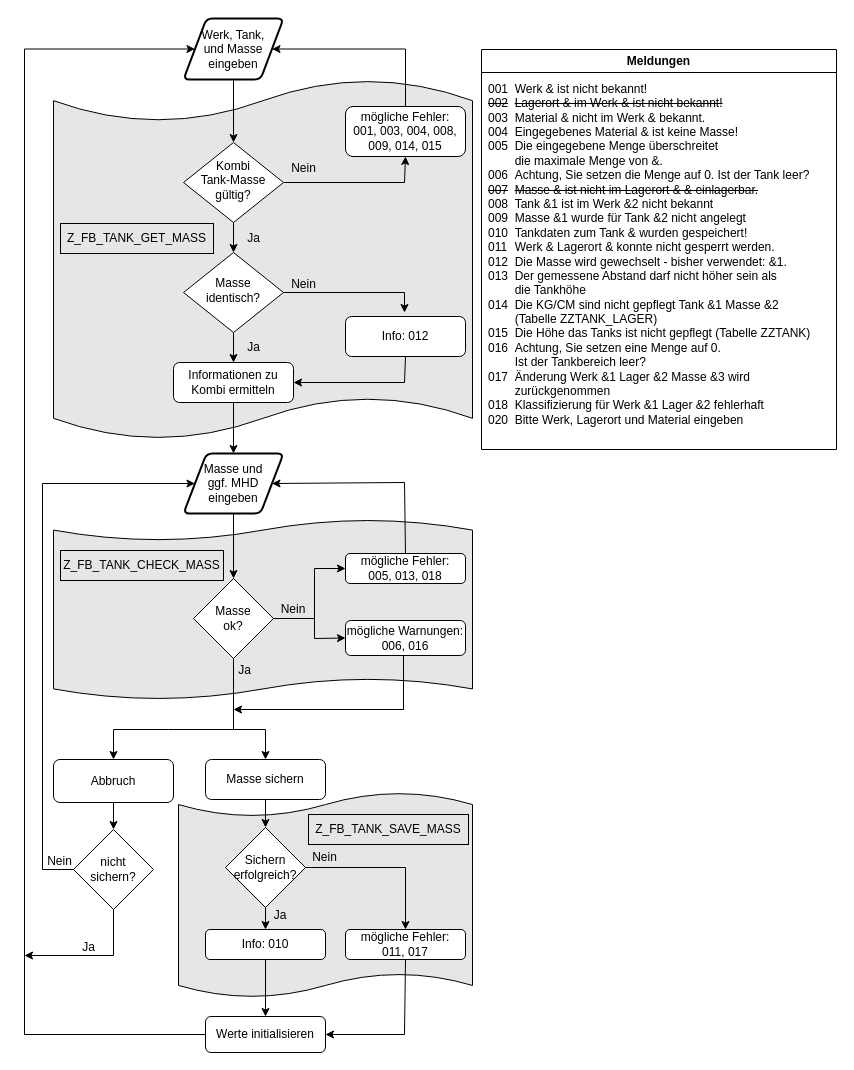
Earlier version of the draw.io diagram Tank.drawio (fsteffens/draw). Source tidied: cells renumbered, new cells numbered last; positions are measured from the earlier drawing's top-left corner, leaving out a move shared by most shapes. Both pictures are drawn from the tidied source at 100%, with x=0, y=0 at pixel (24, 18).
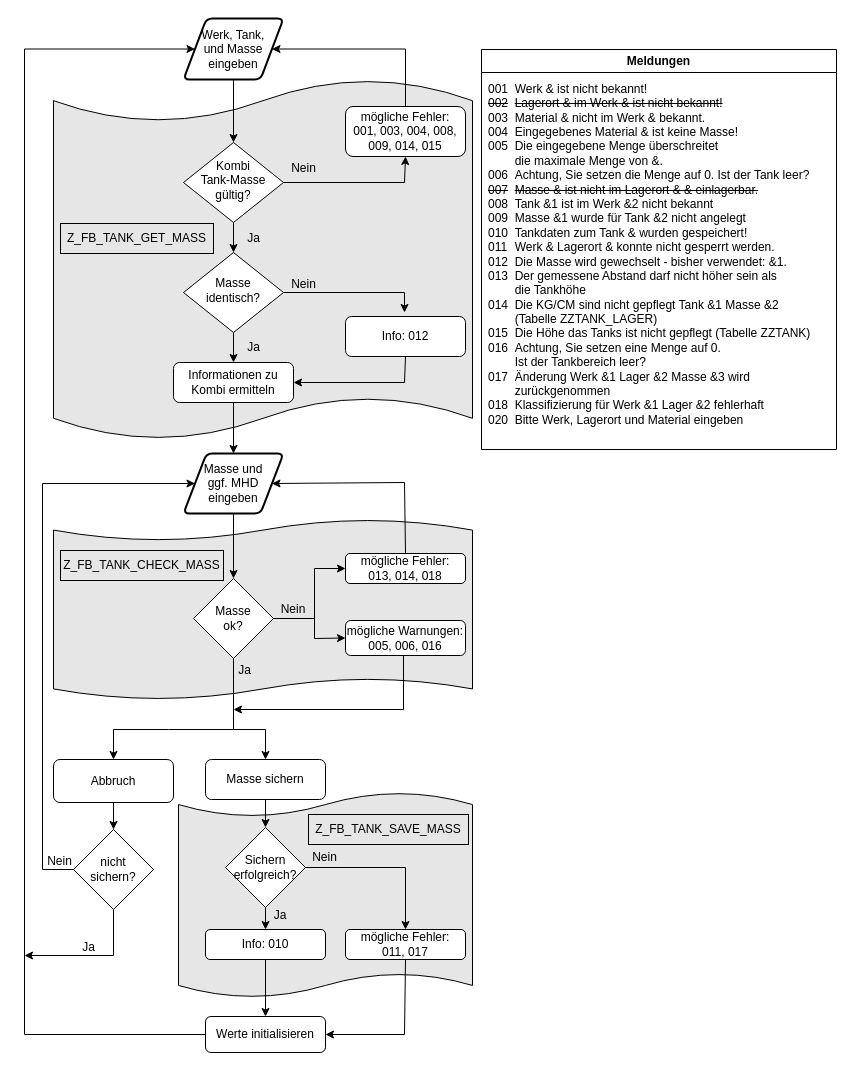
The same page after the edit.

The edit, as a diff of the source:
```diff
@@
-    <mxCell id="25" value="mögliche Fehler:&lt;br&gt;005, 013, 018" style="rounded=1;whiteSpace=wrap;html=1;" parent="1" vertex="1">
+    <mxCell id="25" value="mögliche Fehler:&lt;br&gt;013, 014, 018" style="rounded=1;whiteSpace=wrap;html=1;" parent="1" vertex="1">
       <mxGeometry x="321" y="535" width="120" height="30" as="geometry" />
     </mxCell>
@@
-    <mxCell id="29" value="mögliche Warnungen: &lt;br&gt;006, 016" style="rounded=1;whiteSpace=wrap;html=1;" parent="1" vertex="1">
+    <mxCell id="29" value="mögliche Warnungen: &lt;br&gt;005, 006, 016" style="rounded=1;whiteSpace=wrap;html=1;" parent="1" vertex="1">
       <mxGeometry x="321" y="602" width="120" height="35" as="geometry" />
     </mxCell>
```
